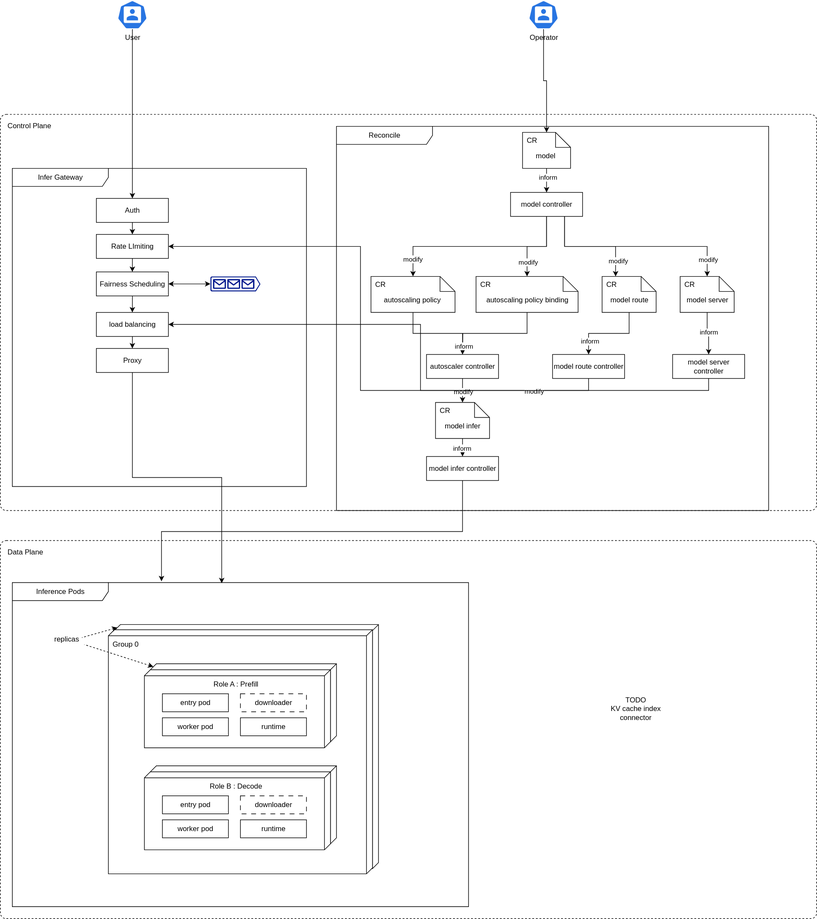
Above: docs/matrixinfer/static/img/diagrams/architecture/architecture_overview.svg in matrixinfer-ai/kthena (draw.io), before the change. Source tidied: cells renumbered, new cells last; positions are measured from the earlier drawing's top-left corner, leaving out a move shared by most shapes.
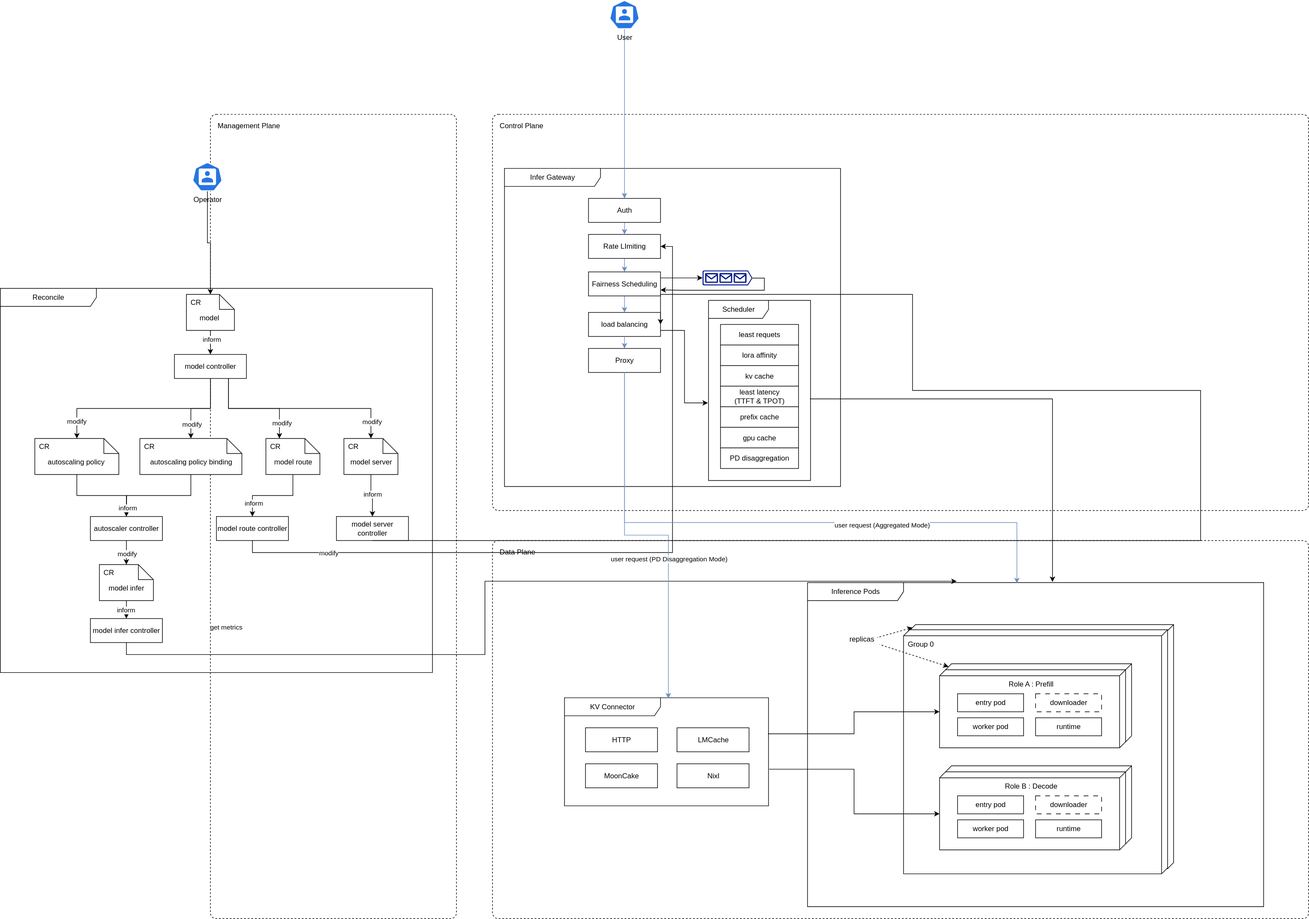
After the commit.

Commit message:
layout rearrange

What changed in the source:
```diff
@@ -2,35 +2,47 @@
   <root>
     <mxCell id="0" />
     <mxCell id="1" parent="0" />
+    <mxCell id="87" value="Management Plane" style="dashed=1;rounded=1;absoluteArcSize=1;arcSize=20;html=1;verticalAlign=top;align=left;spacingTop=5;spacingLeft=10;whiteSpace=wrap;" parent="1" vertex="1">
+      <mxGeometry x="-470" y="190" width="410" height="1340" as="geometry" />
+    </mxCell>
     <mxCell id="2" value="Control Plane" style="dashed=1;rounded=1;absoluteArcSize=1;arcSize=20;html=1;verticalAlign=top;align=left;spacingTop=5;spacingLeft=10;whiteSpace=wrap;" parent="1" vertex="1">
       <mxGeometry y="190" width="1360" height="660" as="geometry" />
     </mxCell>
     <mxCell id="3" value="Infer Gateway" style="shape=umlFrame;whiteSpace=wrap;html=1;width=160;" parent="1" vertex="1">
-      <mxGeometry x="20" y="280" width="490" height="530" as="geometry" />
+      <mxGeometry x="20" y="280" width="560" height="530" as="geometry" />
     </mxCell>
-    <mxCell id="4" style="edgeStyle=orthogonalEdgeStyle;rounded=0;jettySize=auto;html=1;exitX=0.5;exitY=1;exitDx=0;exitDy=0;entryX=0.5;entryY=0;entryDx=0;entryDy=0;" parent="3" edge="1" source="5" target="9">
+    <mxCell id="4" style="edgeStyle=orthogonalEdgeStyle;rounded=0;jettySize=auto;html=1;exitX=0.5;exitY=1;exitDx=0;exitDy=0;entryX=0.5;entryY=0;entryDx=0;entryDy=0;fillColor=#dae8fc;strokeColor=#6c8ebf;" parent="3" edge="1" source="5" target="9">
       <mxGeometry relative="1" as="geometry" />
     </mxCell>
     <mxCell id="5" value="Rate LImiting" style="fontStyle=0;html=1;whiteSpace=wrap;" parent="3" vertex="1">
       <mxGeometry x="140" y="110" width="120" height="40" as="geometry" />
     </mxCell>
+    <mxCell id="88" style="edgeStyle=orthogonalEdgeStyle;rounded=0;jettySize=auto;html=1;exitX=1;exitY=0.51;exitDx=0;exitDy=0;exitPerimeter=0;entryX=1;entryY=0.75;entryDx=0;entryDy=0;" parent="3" edge="1" source="6" target="9">
+      <mxGeometry relative="1" as="geometry">
+        <Array as="points">
+          <mxPoint x="433" y="183" />
+          <mxPoint x="433" y="203" />
+          <mxPoint x="295" y="203" />
+        </Array>
+      </mxGeometry>
+    </mxCell>
     <mxCell id="6" style="sketch=0;shadow=0;dashed=0;html=1;strokeColor=none;labelPosition=center;verticalLabelPosition=bottom;verticalAlign=top;align=center;fillColor=#00188D;shape=mxgraph.azure.queue_generic;" parent="3" vertex="1">
-      <mxGeometry x="330" y="180" width="83.3" height="25" as="geometry" />
+      <mxGeometry x="330" y="170" width="83.3" height="25" as="geometry" />
     </mxCell>
     <mxCell id="7" value="load balancing" style="fontStyle=0;html=1;whiteSpace=wrap;" parent="3" vertex="1">
       <mxGeometry x="140" y="240" width="120" height="40" as="geometry" />
     </mxCell>
-    <mxCell id="8" style="edgeStyle=orthogonalEdgeStyle;rounded=0;jettySize=auto;html=1;exitX=0.5;exitY=1;exitDx=0;exitDy=0;entryX=0.5;entryY=0;entryDx=0;entryDy=0;" parent="3" edge="1" source="9" target="7">
+    <mxCell id="8" style="edgeStyle=orthogonalEdgeStyle;rounded=0;jettySize=auto;html=1;exitX=0.5;exitY=1;exitDx=0;exitDy=0;entryX=0.5;entryY=0;entryDx=0;entryDy=0;fillColor=#dae8fc;strokeColor=#6c8ebf;" parent="3" edge="1" source="9" target="7">
       <mxGeometry relative="1" as="geometry" />
     </mxCell>
     <mxCell id="9" value="Fairness Scheduling" style="fontStyle=0;html=1;whiteSpace=wrap;" parent="3" vertex="1">
       <mxGeometry x="140" y="172.5" width="120" height="40" as="geometry" />
     </mxCell>
-    <mxCell id="10" style="edgeStyle=orthogonalEdgeStyle;rounded=0;jettySize=auto;html=1;exitX=1;exitY=0.5;exitDx=0;exitDy=0;entryX=0;entryY=0.5;entryDx=0;entryDy=0;entryPerimeter=0;startArrow=classic;startFill=1;" parent="3" edge="1" source="9" target="6">
+    <mxCell id="10" style="edgeStyle=orthogonalEdgeStyle;rounded=0;jettySize=auto;html=1;exitX=1;exitY=0.25;exitDx=0;exitDy=0;entryX=0;entryY=0.5;entryDx=0;entryDy=0;entryPerimeter=0;startArrow=none;startFill=0;" parent="3" edge="1" source="9" target="6">
       <mxGeometry relative="1" as="geometry" />
     </mxCell>
     <mxCell id="11" value="Reconcile" style="shape=umlFrame;whiteSpace=wrap;html=1;width=160;" parent="1" vertex="1">
-      <mxGeometry x="560" y="210" width="720" height="640" as="geometry" />
+      <mxGeometry x="-820" y="480" width="720" height="640" as="geometry" />
     </mxCell>
     <mxCell id="12" value="model controller" style="fontStyle=0;html=1;whiteSpace=wrap;" parent="11" vertex="1">
       <mxGeometry x="290" y="110" width="120" height="40" as="geometry" />
@@ -78,9 +90,9 @@
       <mxGeometry y="900" width="1360" height="630" as="geometry" />
     </mxCell>
     <mxCell id="27" value="Inference Pods" style="shape=umlFrame;whiteSpace=wrap;html=1;width=160;" parent="1" vertex="1">
-      <mxGeometry x="20" y="970" width="760" height="540" as="geometry" />
+      <mxGeometry x="525" y="970" width="760" height="540" as="geometry" />
     </mxCell>
-    <mxCell id="28" style="edgeStyle=orthogonalEdgeStyle;rounded=0;jettySize=auto;html=1;exitX=0.5;exitY=1;exitDx=0;exitDy=0;exitPerimeter=0;entryX=0.5;entryY=0;entryDx=0;entryDy=0;" parent="1" edge="1" source="29" target="58">
+    <mxCell id="28" style="edgeStyle=orthogonalEdgeStyle;rounded=0;jettySize=auto;html=1;exitX=0.5;exitY=1;exitDx=0;exitDy=0;exitPerimeter=0;entryX=0.5;entryY=0;entryDx=0;entryDy=0;fillColor=#dae8fc;strokeColor=#6c8ebf;" parent="1" edge="1" source="29" target="58">
       <mxGeometry relative="1" as="geometry" />
     </mxCell>
     <mxCell id="29" value="User" style="sketch=0;html=1;dashed=0;whitespace=wrap;verticalLabelPosition=bottom;verticalAlign=top;fillColor=#2875E2;strokeColor=#ffffff;points=[[0.005,0.63,0],[0.1,0.2,0],[0.9,0.2,0],[0.5,0,0],[0.995,0.63,0],[0.72,0.99,0],[0.5,1,0],[0.28,0.99,0]];shape=mxgraph.kubernetes.icon2;prIcon=user;" parent="1" vertex="1">
@@ -93,15 +105,15 @@
       <mxGeometry x="-0.77" relative="1" as="geometry" />
     </mxCell>
     <mxCell id="32" value="model route controller" style="fontStyle=0;html=1;whiteSpace=wrap;" parent="1" vertex="1">
-      <mxGeometry x="920" y="590" width="120" height="40" as="geometry" />
+      <mxGeometry x="-460" y="860" width="120" height="40" as="geometry" />
     </mxCell>
     <mxCell id="33" style="edgeStyle=orthogonalEdgeStyle;rounded=0;jettySize=auto;html=1;exitX=0.5;exitY=1;exitDx=0;exitDy=0;exitPerimeter=0;" parent="1" edge="1" source="34">
       <mxGeometry relative="1" as="geometry">
-        <mxPoint x="770" y="590" as="targetPoint" />
+        <mxPoint x="-610" y="860" as="targetPoint" />
       </mxGeometry>
     </mxCell>
     <mxCell id="34" value="autoscaling policy binding" style="shape=note2;boundedLbl=1;whiteSpace=wrap;html=1;size=25;verticalAlign=top;align=center;" parent="1" vertex="1">
-      <mxGeometry x="792.5" y="460" width="170" height="60" as="geometry" />
+      <mxGeometry x="-587.5" y="730" width="170" height="60" as="geometry" />
     </mxCell>
     <mxCell id="35" value="CR" style="strokeColor=none;fillColor=none;align=left;spacingLeft=5;" parent="34" vertex="1">
       <mxGeometry width="170" height="25" relative="1" as="geometry" />
@@ -113,7 +125,7 @@
       <mxGeometry x="0.81" y="1" relative="1" as="geometry" />
     </mxCell>
     <mxCell id="38" value="autoscaling policy&amp;nbsp;" style="shape=note2;boundedLbl=1;whiteSpace=wrap;html=1;size=25;verticalAlign=top;align=center;" parent="1" vertex="1">
-      <mxGeometry x="617.5" y="460" width="140" height="60" as="geometry" />
+      <mxGeometry x="-762.5" y="730" width="140" height="60" as="geometry" />
     </mxCell>
     <mxCell id="39" value="CR" style="strokeColor=none;fillColor=none;align=left;spacingLeft=5;" parent="38" vertex="1">
       <mxGeometry width="140" height="25" relative="1" as="geometry" />
@@ -125,7 +137,7 @@
       <mxGeometry x="0.68" y="1" relative="1" as="geometry" />
     </mxCell>
     <mxCell id="42" value="model route" style="shape=note2;boundedLbl=1;whiteSpace=wrap;html=1;size=25;verticalAlign=top;align=center;" parent="1" vertex="1">
-      <mxGeometry x="1002.5" y="460" width="90" height="60" as="geometry" />
+      <mxGeometry x="-377.5" y="730" width="90" height="60" as="geometry" />
     </mxCell>
     <mxCell id="43" value="CR" style="strokeColor=none;fillColor=none;align=left;spacingLeft=5;" parent="42" vertex="1">
       <mxGeometry width="90" height="25" relative="1" as="geometry" />
@@ -137,7 +149,7 @@
       <mxGeometry x="0.02" y="3" relative="1" as="geometry" />
     </mxCell>
     <mxCell id="46" value="model server" style="shape=note2;boundedLbl=1;whiteSpace=wrap;html=1;size=25;verticalAlign=top;align=center;" parent="1" vertex="1">
-      <mxGeometry x="1132.5" y="460" width="90" height="60" as="geometry" />
+      <mxGeometry x="-247.5" y="730" width="90" height="60" as="geometry" />
     </mxCell>
     <mxCell id="47" value="CR" style="strokeColor=none;fillColor=none;align=left;spacingLeft=5;" parent="46" vertex="1">
       <mxGeometry width="90" height="25" relative="1" as="geometry" />
@@ -171,7 +183,7 @@
     <mxCell id="56" value="modify" style="edgeLabel;html=1;align=center;verticalAlign=middle;" parent="55" vertex="1">
       <mxGeometry x="0.83" y="1" relative="1" as="geometry" />
     </mxCell>
-    <mxCell id="57" style="edgeStyle=orthogonalEdgeStyle;rounded=0;jettySize=auto;html=1;exitX=0.5;exitY=1;exitDx=0;exitDy=0;entryX=0.5;entryY=0;entryDx=0;entryDy=0;" parent="1" edge="1" source="58" target="5">
+    <mxCell id="57" style="edgeStyle=orthogonalEdgeStyle;rounded=0;jettySize=auto;html=1;exitX=0.5;exitY=1;exitDx=0;exitDy=0;entryX=0.5;entryY=0;entryDx=0;entryDy=0;fillColor=#dae8fc;strokeColor=#6c8ebf;" parent="1" edge="1" source="58" target="5">
       <mxGeometry relative="1" as="geometry" />
     </mxCell>
     <mxCell id="58" value="Auth" style="fontStyle=0;html=1;whiteSpace=wrap;" parent="1" vertex="1">
@@ -181,13 +193,13 @@
       <mxGeometry x="160" y="580" width="120" height="40" as="geometry" />
     </mxCell>
     <mxCell id="60" value="Replica" style="verticalAlign=top;align=left;shape=cube;size=10;direction=south;fontStyle=0;html=1;boundedLbl=1;spacingLeft=5;whiteSpace=wrap;" parent="1" vertex="1">
-      <mxGeometry x="190" y="1040" width="440" height="406.6" as="geometry" />
+      <mxGeometry x="695" y="1040" width="440" height="406.6" as="geometry" />
     </mxCell>
     <mxCell id="61" value="Group 0" style="verticalAlign=top;align=left;shape=cube;size=10;direction=south;fontStyle=0;html=1;boundedLbl=1;spacingLeft=5;whiteSpace=wrap;" parent="1" vertex="1">
-      <mxGeometry x="180" y="1048.7" width="440" height="406.6" as="geometry" />
+      <mxGeometry x="685" y="1048.7" width="440" height="406.6" as="geometry" />
     </mxCell>
     <mxCell id="62" style="group;" parent="1" vertex="1">
-      <mxGeometry x="240" y="1105.2" width="320" height="140" as="geometry" />
+      <mxGeometry x="745" y="1105.2" width="320" height="140" as="geometry" />
     </mxCell>
     <mxCell id="63" style="group;" parent="62" vertex="1">
       <mxGeometry width="320" height="140" as="geometry" />
@@ -211,7 +223,7 @@
       <mxGeometry x="160" y="90" width="110" height="30" as="geometry" />
     </mxCell>
     <mxCell id="70" style="group;" parent="1" vertex="1">
-      <mxGeometry x="240" y="1275.2" width="320" height="140" as="geometry" />
+      <mxGeometry x="745" y="1275.2" width="320" height="140" as="geometry" />
     </mxCell>
     <mxCell id="71" style="group;" parent="70" vertex="1">
       <mxGeometry width="320" height="140" as="geometry" />
@@ -235,7 +247,7 @@
       <mxGeometry x="160" y="90" width="110" height="30" as="geometry" />
     </mxCell>
     <mxCell id="78" value="replicas" style="text;html=1;align=center;verticalAlign=middle;points=[];strokeColor=none;fillColor=none;" parent="1" vertex="1">
-      <mxGeometry x="80" y="1048.7" width="60" height="30" as="geometry" />
+      <mxGeometry x="585" y="1048.7" width="60" height="30" as="geometry" />
     </mxCell>
     <mxCell id="79" style="rounded=0;jettySize=auto;html=1;exitX=0;exitY=0;exitDx=5;exitDy=435;exitPerimeter=0;entryX=0.933;entryY=0.433;entryDx=0;entryDy=0;entryPerimeter=0;startArrow=classic;startFill=1;endArrow=none;endFill=0;dashed=1;" parent="1" edge="1" source="60" target="78">
       <mxGeometry relative="1" as="geometry" />
@@ -247,19 +259,99 @@
       <mxGeometry relative="1" as="geometry" />
     </mxCell>
     <mxCell id="82" value="Operator" style="sketch=0;html=1;dashed=0;whitespace=wrap;verticalLabelPosition=bottom;verticalAlign=top;fillColor=#2875E2;strokeColor=#ffffff;points=[[0.005,0.63,0],[0.1,0.2,0],[0.9,0.2,0],[0.5,0,0],[0.995,0.63,0],[0.72,0.99,0],[0.5,1,0],[0.28,0.99,0]];shape=mxgraph.kubernetes.icon2;prIcon=user;" parent="1" vertex="1">
-      <mxGeometry x="880" width="50" height="48" as="geometry" />
+      <mxGeometry x="-500" y="270" width="50" height="48" as="geometry" />
     </mxCell>
-    <mxCell id="83" style="edgeStyle=orthogonalEdgeStyle;rounded=0;jettySize=auto;html=1;exitX=0.5;exitY=1;exitDx=0;exitDy=0;entryX=0.5;entryY=0;entryDx=0;entryDy=0;" parent="1" edge="1" source="7" target="59">
+    <mxCell id="83" style="edgeStyle=orthogonalEdgeStyle;rounded=0;jettySize=auto;html=1;exitX=0.5;exitY=1;exitDx=0;exitDy=0;entryX=0.5;entryY=0;entryDx=0;entryDy=0;fillColor=#dae8fc;strokeColor=#6c8ebf;" parent="1" edge="1" source="7" target="59">
       <mxGeometry relative="1" as="geometry" />
     </mxCell>
-    <mxCell id="84" style="edgeStyle=orthogonalEdgeStyle;rounded=0;jettySize=auto;html=1;exitX=0.5;exitY=1;exitDx=0;exitDy=0;entryX=0.459;entryY=0.002;entryDx=0;entryDy=0;entryPerimeter=0;" parent="1" edge="1" source="59" target="27">
-      <mxGeometry relative="1" as="geometry" />
+    <mxCell id="84" style="edgeStyle=orthogonalEdgeStyle;rounded=0;jettySize=auto;html=1;exitX=0.5;exitY=1;exitDx=0;exitDy=0;entryX=0.459;entryY=0.002;entryDx=0;entryDy=0;entryPerimeter=0;fillColor=#dae8fc;strokeColor=#6c8ebf;" parent="1" edge="1" source="59" target="27">
+      <mxGeometry relative="1" as="geometry">
+        <Array as="points">
+          <mxPoint x="220" y="870" />
+          <mxPoint x="874" y="870" />
+        </Array>
+      </mxGeometry>
     </mxCell>
-    <mxCell id="85" value="TODO&lt;div&gt;KV cache index&lt;/div&gt;&lt;div&gt;connector&lt;/div&gt;" style="text;html=1;align=center;verticalAlign=middle;strokeColor=none;fillColor=none;" parent="1" vertex="1">
-      <mxGeometry x="1002.5" y="1150" width="110" height="60" as="geometry" />
-    </mxCell>
+    <mxCell id="89" value="user request (Aggregated Mode)" style="edgeLabel;html=1;align=center;verticalAlign=middle;" parent="84" vertex="1">
+      <mxGeometry x="0.35" y="-3" relative="1" as="geometry" />
+    </mxCell>
     <mxCell id="86" style="edgeStyle=orthogonalEdgeStyle;rounded=0;jettySize=auto;html=1;exitX=0.5;exitY=1;exitDx=0;exitDy=0;entryX=1;entryY=0.5;entryDx=0;entryDy=0;" parent="1" edge="1" source="22" target="7">
-      <mxGeometry relative="1" as="geometry" />
+      <mxGeometry relative="1" as="geometry">
+        <Array as="points">
+          <mxPoint x="1180" y="650" />
+          <mxPoint x="700" y="650" />
+          <mxPoint x="700" y="490" />
+          <mxPoint x="280" y="490" />
+        </Array>
+      </mxGeometry>
     </mxCell>
+    <mxCell id="90" style="group;" parent="1" vertex="1">
+      <mxGeometry x="120" y="1162" width="340" height="180" as="geometry" />
+    </mxCell>
+    <mxCell id="91" value="KV Connector" style="shape=umlFrame;whiteSpace=wrap;html=1;width=160;" parent="90" vertex="1">
+      <mxGeometry width="340" height="180" as="geometry" />
+    </mxCell>
+    <mxCell id="92" value="LMCache" style="fontStyle=0;html=1;whiteSpace=wrap;" parent="91" vertex="1">
+      <mxGeometry x="187.5" y="50" width="120" height="40" as="geometry" />
+    </mxCell>
+    <mxCell id="93" value="Nixl" style="fontStyle=0;html=1;whiteSpace=wrap;" parent="91" vertex="1">
+      <mxGeometry x="187.5" y="110" width="120" height="40" as="geometry" />
+    </mxCell>
+    <mxCell id="94" value="HTTP" style="fontStyle=0;html=1;whiteSpace=wrap;" parent="90" vertex="1">
+      <mxGeometry x="35" y="50" width="120" height="40" as="geometry" />
+    </mxCell>
+    <mxCell id="95" value="MoonCake" style="fontStyle=0;html=1;whiteSpace=wrap;" parent="90" vertex="1">
+      <mxGeometry x="35" y="110" width="120" height="40" as="geometry" />
+    </mxCell>
+    <mxCell id="96" style="edgeStyle=orthogonalEdgeStyle;rounded=0;jettySize=auto;html=1;exitX=0;exitY=0;exitDx=70;exitDy=310;exitPerimeter=0;entryX=0.997;entryY=0.334;entryDx=0;entryDy=0;entryPerimeter=0;endArrow=none;endFill=0;startArrow=classic;startFill=1;" parent="1" edge="1" source="65" target="91">
+      <mxGeometry relative="1" as="geometry" />
+    </mxCell>
+    <mxCell id="97" style="edgeStyle=orthogonalEdgeStyle;rounded=0;jettySize=auto;html=1;exitX=1.003;exitY=0.661;exitDx=0;exitDy=0;entryX=0;entryY=0;entryDx=70;entryDy=310;entryPerimeter=0;exitPerimeter=0;" parent="1" edge="1" source="91" target="73">
+      <mxGeometry relative="1" as="geometry" />
+    </mxCell>
+    <mxCell id="98" style="edgeStyle=orthogonalEdgeStyle;rounded=0;jettySize=auto;html=1;exitX=0.5;exitY=1;exitDx=0;exitDy=0;entryX=0.509;entryY=0.006;entryDx=0;entryDy=0;entryPerimeter=0;fillColor=#dae8fc;strokeColor=#6c8ebf;" parent="1" edge="1" source="59" target="91">
+      <mxGeometry relative="1" as="geometry" />
+    </mxCell>
+    <mxCell id="99" value="user request (PD Disaggregation Mode)" style="edgeLabel;html=1;align=center;verticalAlign=middle;" parent="98" vertex="1">
+      <mxGeometry x="0.25" relative="1" as="geometry" />
+    </mxCell>
+    <mxCell id="100" value="Scheduler" style="shape=umlFrame;whiteSpace=wrap;html=1;width=100;height=30;" parent="1" vertex="1">
+      <mxGeometry x="360" y="500" width="170" height="300" as="geometry" />
+    </mxCell>
+    <mxCell id="101" style="group;" parent="100" vertex="1">
+      <mxGeometry x="20" y="40" width="130" height="240" as="geometry" />
+    </mxCell>
+    <mxCell id="102" value="least requets" style="fontStyle=0;html=1;whiteSpace=wrap;" parent="101" vertex="1">
+      <mxGeometry width="130" height="34.3" as="geometry" />
+    </mxCell>
+    <mxCell id="103" value="lora affinity" style="fontStyle=0;html=1;whiteSpace=wrap;" parent="101" vertex="1">
+      <mxGeometry y="34.3" width="130" height="34.3" as="geometry" />
+    </mxCell>
+    <mxCell id="104" value="kv cache" style="fontStyle=0;html=1;whiteSpace=wrap;" parent="101" vertex="1">
+      <mxGeometry y="68.6" width="130" height="34.3" as="geometry" />
+    </mxCell>
+    <mxCell id="105" value="least latency&lt;div&gt;(TTFT &amp;amp; TPOT)&lt;/div&gt;" style="fontStyle=0;html=1;whiteSpace=wrap;" parent="101" vertex="1">
+      <mxGeometry y="102.9" width="130" height="34.3" as="geometry" />
+    </mxCell>
+    <mxCell id="106" value="prefix cache" style="fontStyle=0;html=1;whiteSpace=wrap;" parent="101" vertex="1">
+      <mxGeometry y="137.1" width="130" height="34.3" as="geometry" />
+    </mxCell>
+    <mxCell id="107" value="gpu cache" style="fontStyle=0;html=1;whiteSpace=wrap;" parent="101" vertex="1">
+      <mxGeometry y="171.4" width="130" height="34.3" as="geometry" />
+    </mxCell>
+    <mxCell id="108" value="PD disaggregation" style="fontStyle=0;html=1;whiteSpace=wrap;" parent="101" vertex="1">
+      <mxGeometry y="205.7" width="130" height="34.3" as="geometry" />
+    </mxCell>
+    <mxCell id="109" style="edgeStyle=orthogonalEdgeStyle;rounded=0;jettySize=auto;html=1;exitX=1;exitY=0.75;exitDx=0;exitDy=0;entryX=-0.006;entryY=0.569;entryDx=0;entryDy=0;entryPerimeter=0;" parent="1" edge="1" source="7" target="100">
+      <mxGeometry relative="1" as="geometry" />
+    </mxCell>
+    <mxCell id="110" style="edgeStyle=orthogonalEdgeStyle;rounded=0;jettySize=auto;html=1;exitX=0.994;exitY=0.547;exitDx=0;exitDy=0;entryX=0.537;entryY=-0.002;entryDx=0;entryDy=0;entryPerimeter=0;exitPerimeter=0;" parent="1" edge="1" source="100" target="27">
+      <mxGeometry relative="1" as="geometry" />
+    </mxCell>
+    <mxCell id="111" value="get metrics" style="edgeLabel;html=1;align=center;verticalAlign=middle;" parent="110" vertex="1">
+      <mxGeometry x="0.45" y="2" relative="1" as="geometry">
+        <mxPoint x="-1380" y="270" as="offset" />
+      </mxGeometry>
+    </mxCell>
   </root>
 </mxGraphModel>
```
